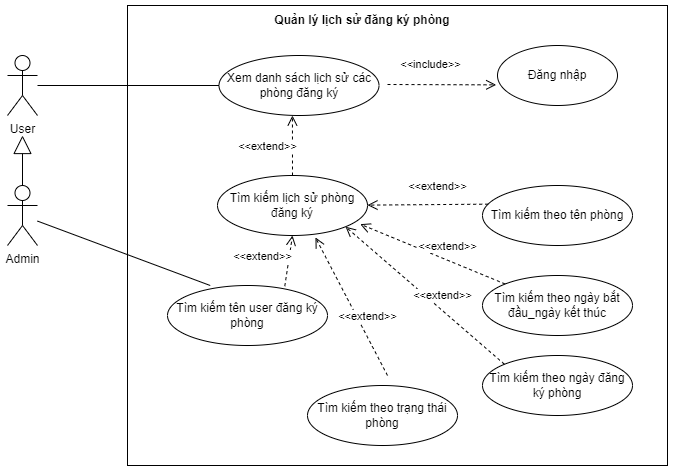
Earlier version of the draw.io export diagram/usecase/5.QLLS_DKP.png (trankhoa2000/DATN-2022). Source tidied: cells renumbered, new cells last; positions are measured from the earlier drawing's top-left corner, leaving out a move shared by most shapes.
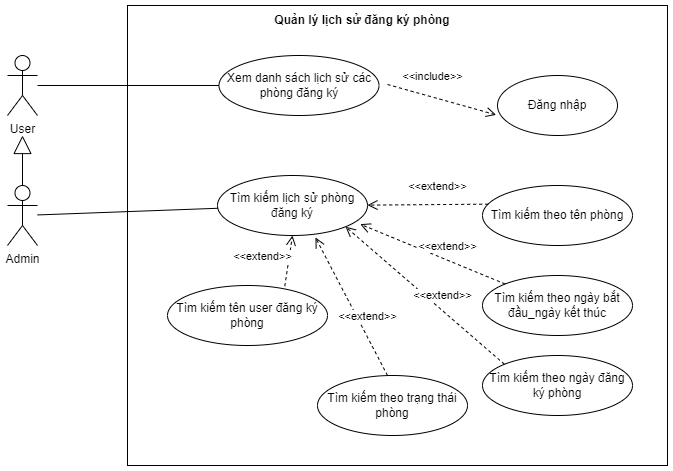
Above is the later version.

Change to the diagram source:
```diff
@@ -29,16 +29,13 @@
       </mxGeometry>
     </mxCell>
     <mxCell id="10" value="Đăng nhập" style="ellipse;whiteSpace=wrap;html=1;" parent="1" vertex="1">
-      <mxGeometry x="490" y="40" width="120" height="60" as="geometry" />
+      <mxGeometry x="490" y="70" width="120" height="60" as="geometry" />
     </mxCell>
     <mxCell id="11" value="&amp;lt;&amp;lt;include&amp;gt;&amp;gt;" style="html=1;verticalAlign=bottom;endArrow=open;dashed=1;endSize=8;rounded=0;entryX=-0.011;entryY=0.656;entryDx=0;entryDy=0;entryPerimeter=0;" parent="1" edge="1" target="10">
       <mxGeometry x="-0.22" y="11" relative="1" as="geometry">
         <mxPoint x="380" y="79" as="sourcePoint" />
       </mxGeometry>
     </mxCell>
-    <mxCell id="12" value="&amp;lt;&amp;lt;extend&amp;gt;&amp;gt;" style="html=1;verticalAlign=bottom;endArrow=open;dashed=1;endSize=8;rounded=0;exitX=0.5;exitY=0;exitDx=0;exitDy=0;entryX=0.459;entryY=1;entryDx=0;entryDy=0;entryPerimeter=0;" parent="1" edge="1" source="5" target="4">
-      <mxGeometry x="-0.33" y="25" relative="1" as="geometry" />
-    </mxCell>
     <mxCell id="13" value="Tìm kiếm theo tên phòng" style="ellipse;whiteSpace=wrap;html=1;fillColor=none;" parent="1" vertex="1">
       <mxGeometry x="475" y="180" width="150" height="60" as="geometry" />
     </mxCell>
@@ -49,12 +46,12 @@
       <mxGeometry x="475" y="350" width="150" height="60" as="geometry" />
     </mxCell>
     <mxCell id="16" value="Tìm kiếm theo trạng thái phòng" style="ellipse;whiteSpace=wrap;html=1;fillColor=none;" parent="1" vertex="1">
-      <mxGeometry x="300" y="380" width="150" height="60" as="geometry" />
+      <mxGeometry x="310" y="370" width="150" height="60" as="geometry" />
     </mxCell>
     <mxCell id="17" value="Tìm kiếm tên user đăng ký phòng" style="ellipse;whiteSpace=wrap;html=1;fillColor=none;" parent="1" vertex="1">
       <mxGeometry x="160" y="280" width="160" height="60" as="geometry" />
     </mxCell>
-    <mxCell id="18" style="endArrow=none;html=1;rounded=0;entryX=0.267;entryY=0;entryDx=0;entryDy=0;entryPerimeter=0;" parent="1" edge="1" source="2" target="17">
+    <mxCell id="18" style="endArrow=none;html=1;rounded=0;" parent="1" edge="1" source="2" target="5">
       <mxGeometry relative="1" as="geometry" />
     </mxCell>
     <mxCell id="19" value="&amp;lt;&amp;lt;extend&amp;gt;&amp;gt;" style="html=1;verticalAlign=bottom;endArrow=open;dashed=1;endSize=8;rounded=0;exitX=0.733;exitY=0.011;exitDx=0;exitDy=0;entryX=0.5;entryY=1;entryDx=0;entryDy=0;exitPerimeter=0;" parent="1" edge="1" source="17" target="5">
```
